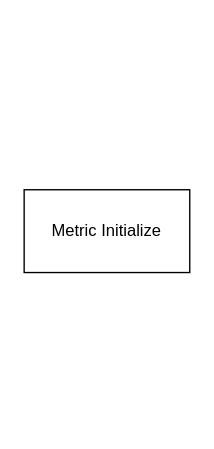
Before: producer/kafka-producer-diagram.drawio in LJiangTao/kafka-praticties, a draw.io diagram. Source tidied: cells renumbered, new cells numbered last; positions are measured from the earlier drawing's top-left corner, leaving out a move shared by most shapes. Both pictures are drawn from the tidied source at 138%, with x=0, y=0 at pixel (23, 189).
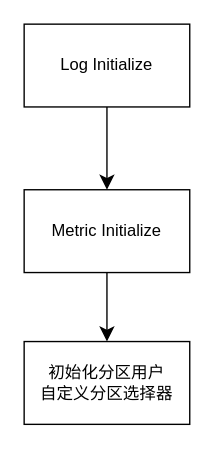
The same page after the edit.

The edit, as a diff of the source:
```diff
@@
 <mxGraphModel>
   <root>
     <mxCell id="0" />
     <mxCell id="1" parent="0" />
+    <mxCell id="3" style="edgeStyle=none;curved=1;rounded=0;jettySize=auto;html=1;fontSize=12;startSize=8;endSize=8;" parent="1" edge="1" source="2" target="6">
+      <mxGeometry relative="1" as="geometry" />
+    </mxCell>
     <mxCell id="2" value="Metric Initialize" style="rounded=0;whiteSpace=wrap;html=1;" parent="1" vertex="1">
       <mxGeometry width="120" height="60" as="geometry" />
     </mxCell>
+    <mxCell id="4" style="edgeStyle=none;curved=1;rounded=0;jettySize=auto;html=1;fontSize=12;startSize=8;endSize=8;" parent="1" edge="1" source="5" target="2">
+      <mxGeometry relative="1" as="geometry" />
+    </mxCell>
+    <mxCell id="5" value="Log Initialize" style="rounded=0;whiteSpace=wrap;html=1;" parent="1" vertex="1">
+      <mxGeometry y="-120" width="120" height="60" as="geometry" />
+    </mxCell>
+    <mxCell id="6" value="初始化分区用户&lt;div&gt;自定义分区选择器&lt;/div&gt;" style="rounded=0;whiteSpace=wrap;html=1;" parent="1" vertex="1">
+      <mxGeometry y="110" width="120" height="60" as="geometry" />
+    </mxCell>
   </root>
 </mxGraphModel>
```
